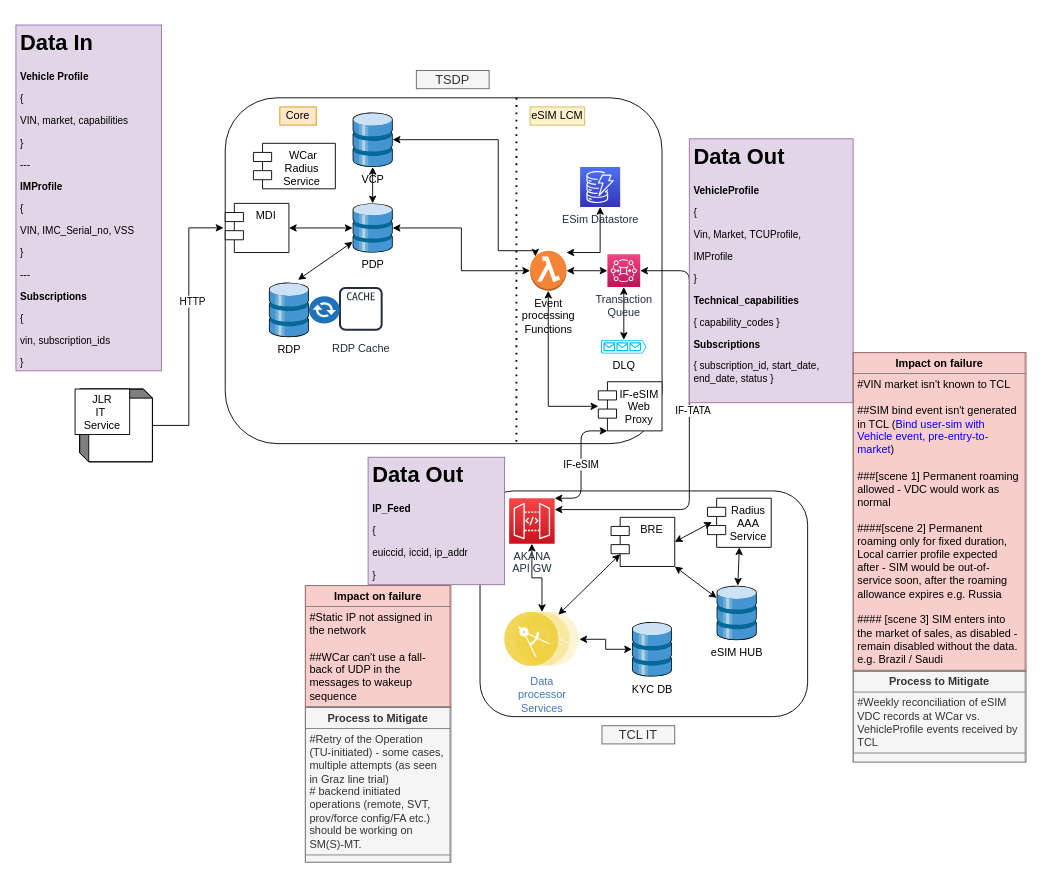
Above: page "EoL - ABS" (4 of 12) of src/main/resources/VDC_eSIM_dataflow_WC_TCL.drawio in subhachat/CodeKata (draw.io), before the change. Source tidied: cells renumbered, new cells numbered last; positions are measured from the earlier drawing's top-left corner, leaving out a move shared by most shapes. Both pictures are drawn from the tidied source at 91%, with x=0, y=0 at pixel (15, 25).
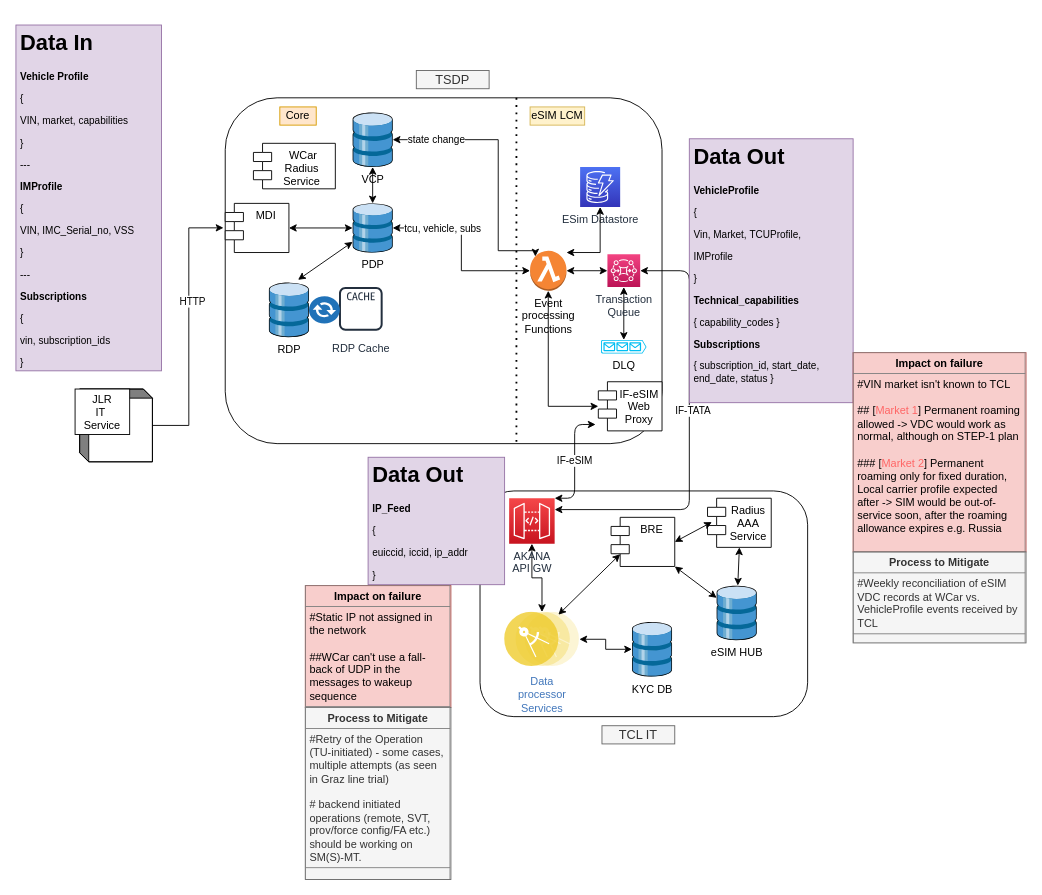
Above is the later version.

Unchanged cells that the change refers to:
```xml
<mxCell id="15" style="edgeStyle=orthogonalEdgeStyle;rounded=0;jettySize=auto;html=1;entryX=0;entryY=0.5;entryDx=0;entryDy=0;entryPerimeter=0;startArrow=classic;startFill=1;" parent="1" edge="1" source="16" target="28">
  <mxGeometry relative="1" as="geometry" />
</mxCell>
<mxCell id="18" style="edgeStyle=orthogonalEdgeStyle;rounded=0;jettySize=auto;html=1;entryX=0.145;entryY=0.145;entryDx=0;entryDy=0;entryPerimeter=0;startArrow=classic;startFill=1;" parent="1" edge="1" source="19" target="28">
  <mxGeometry relative="1" as="geometry">
    <Array as="points">
      <mxPoint x="530" y="126" />
      <mxPoint x="530" y="248" />
      <mxPoint x="571" y="248" />
    </Array>
  </mxGeometry>
</mxCell>
<mxCell id="25" value="IF-eSIM &#10;Web &#10;Proxy" style="shape=module;align=left;spacingLeft=20;align=center;verticalAlign=top;" parent="1" vertex="1">
  <mxGeometry x="640" y="392" width="70" height="54" as="geometry" />
</mxCell>
<mxCell id="31" value="AKANA &lt;br&gt;API GW" style="points=[[0,0,0],[0.25,0,0],[0.5,0,0],[0.75,0,0],[1,0,0],[0,1,0],[0.25,1,0],[0.5,1,0],[0.75,1,0],[1,1,0],[0,0.25,0],[0,0.5,0],[0,0.75,0],[1,0.25,0],[1,0.5,0],[1,0.75,0]];outlineConnect=0;fontColor=#232F3E;gradientColor=#F54749;gradientDirection=north;fillColor=#C7131F;strokeColor=#ffffff;dashed=0;verticalLabelPosition=bottom;verticalAlign=top;align=center;html=1;fontSize=12;fontStyle=0;shape=mxgraph.aws4.resourceIcon;resIcon=mxgraph.aws4.api_gateway;" parent="1" vertex="1">
  <mxGeometry x="542" y="520" width="50" height="50" as="geometry" />
</mxCell>
```

The edit, as a diff of the source:
```diff
@@
+    <mxCell id="56" value="tcu, vehicle, subs" style="edgeLabel;html=1;align=center;verticalAlign=middle;" parent="15" vertex="1">
+      <mxGeometry x="-0.47" y="-1" relative="1" as="geometry">
+        <mxPoint x="2.7" y="-1" as="offset" />
+      </mxGeometry>
+    </mxCell>
@@
+    <mxCell id="57" value="state change" style="edgeLabel;html=1;align=center;verticalAlign=middle;" parent="18" vertex="1">
+      <mxGeometry x="-0.39" y="2" relative="1" as="geometry">
+        <mxPoint x="-40" y="1.9" as="offset" />
+      </mxGeometry>
+    </mxCell>
@@
-    <mxCell id="46" value="IF-eSIM" style="edgeStyle=elbowEdgeStyle;elbow=horizontal;endArrow=classic;html=1;entryX=0;entryY=1;entryDx=10;entryDy=0;entryPerimeter=0;exitX=1;exitY=0;exitDx=0;exitDy=0;exitPerimeter=0;startArrow=classic;startFill=1;" parent="1" edge="1" source="31" target="25">
+    <mxCell id="46" value="IF-eSIM" style="edgeStyle=elbowEdgeStyle;elbow=horizontal;endArrow=classic;html=1;entryX=-0.043;entryY=0.87;entryDx=0;entryDy=0;entryPerimeter=0;exitX=1;exitY=0;exitDx=0;exitDy=0;exitPerimeter=0;startArrow=classic;startFill=1;" parent="1" edge="1" source="31" target="25">
       <mxGeometry relative="1" as="geometry" />
     </mxCell>
@@
-    <mxCell id="52" value="&lt;table border=&quot;1&quot; width=&quot;100%&quot; cellpadding=&quot;4&quot; style=&quot;width: 100% ; height: 100% ; border-collapse: collapse&quot;&gt;&lt;tbody&gt;&lt;tr&gt;&lt;th align=&quot;center&quot;&gt;&lt;b&gt;Impact on failure&lt;/b&gt;&lt;/th&gt;&lt;/tr&gt;&lt;tr&gt;&lt;td&gt;#VIN market isn't known to TCL&lt;br&gt;&lt;br&gt;##SIM bind event isn't generated in TCL (&lt;font color=&quot;#0000ff&quot;&gt;Bind user-sim with Vehicle event, pre-entry-to-market&lt;/font&gt;)&lt;br&gt;&lt;br&gt;###[scene 1] Permanent roaming allowed - VDC would work as normal&lt;br&gt;&lt;br&gt;####[scene 2] Permanent roaming only for fixed duration, Local carrier profile expected after - SIM would be out-of-service soon, after the roaming allowance expires e.g. Russia&lt;br&gt;&lt;br&gt;#### [scene 3] SIM enters into the market of sales, as disabled - remain disabled without the data. e.g. Brazil / Saudi&lt;/td&gt;&lt;/tr&gt;&lt;tr&gt;&lt;td&gt;&lt;br&gt;&lt;/td&gt;&lt;/tr&gt;&lt;/tbody&gt;&lt;/table&gt;" style="text;html=1;strokeColor=#b85450;fillColor=#f8cecc;overflow=fill;whiteSpace=wrap;" parent="1" vertex="1">
-      <mxGeometry x="920" y="360" width="190" height="350" as="geometry" />
+    <mxCell id="52" value="&lt;table border=&quot;1&quot; width=&quot;100%&quot; cellpadding=&quot;4&quot; style=&quot;width: 100% ; height: 100% ; border-collapse: collapse&quot;&gt;&lt;tbody&gt;&lt;tr&gt;&lt;th align=&quot;center&quot;&gt;&lt;b&gt;Impact on failure&lt;/b&gt;&lt;/th&gt;&lt;/tr&gt;&lt;tr&gt;&lt;td&gt;#VIN market isn't known to TCL&lt;br&gt;&lt;br&gt;## [&lt;font color=&quot;#ff6666&quot;&gt;Market 1&lt;/font&gt;] Permanent roaming allowed -&amp;gt; VDC would work as normal, although on STEP-1 plan&lt;br&gt;&lt;br&gt;### [&lt;font color=&quot;#ff6666&quot;&gt;Market 2&lt;/font&gt;] Permanent roaming only for fixed duration, Local carrier profile expected after -&amp;gt; SIM would be out-of-service soon, after the roaming allowance expires e.g. Russia&lt;br&gt;&lt;br&gt;&lt;/td&gt;&lt;/tr&gt;&lt;tr&gt;&lt;td&gt;&lt;br&gt;&lt;/td&gt;&lt;/tr&gt;&lt;/tbody&gt;&lt;/table&gt;" style="text;html=1;strokeColor=#b85450;fillColor=#f8cecc;overflow=fill;whiteSpace=wrap;" parent="1" vertex="1">
+      <mxGeometry x="920" y="360" width="190" height="219" as="geometry" />
     </mxCell>
@@
     <mxCell id="54" value="&lt;table border=&quot;1&quot; width=&quot;100%&quot; cellpadding=&quot;4&quot; style=&quot;width: 100% ; height: 100% ; border-collapse: collapse&quot;&gt;&lt;tbody&gt;&lt;tr&gt;&lt;th align=&quot;center&quot;&gt;Process to Mitigate&lt;/th&gt;&lt;/tr&gt;&lt;tr&gt;&lt;td&gt;#Weekly reconciliation of eSIM VDC records at WCar vs. VehicleProfile events received by TCL&lt;br&gt;&lt;/td&gt;&lt;/tr&gt;&lt;tr&gt;&lt;td&gt;&lt;br&gt;&lt;/td&gt;&lt;/tr&gt;&lt;/tbody&gt;&lt;/table&gt;" style="text;html=1;strokeColor=#666666;fillColor=#f5f5f5;overflow=fill;whiteSpace=wrap;fontColor=#333333;" parent="1" vertex="1">
-      <mxGeometry x="920" y="710" width="190" height="100" as="geometry" />
+      <mxGeometry x="920" y="579" width="190" height="100" as="geometry" />
     </mxCell>
-    <mxCell id="55" value="&lt;table border=&quot;1&quot; width=&quot;100%&quot; cellpadding=&quot;4&quot; style=&quot;width: 100% ; height: 100% ; border-collapse: collapse&quot;&gt;&lt;tbody&gt;&lt;tr&gt;&lt;th align=&quot;center&quot;&gt;Process to Mitigate&lt;/th&gt;&lt;/tr&gt;&lt;tr&gt;&lt;td&gt;#Retry of the Operation (TU-initiated) - some cases, multiple attempts (as seen in Graz line trial)&lt;br&gt;# backend initiated operations (remote, SVT, prov/force config/FA etc.) should be working on SM(S)-MT.&lt;/td&gt;&lt;/tr&gt;&lt;tr&gt;&lt;td&gt;&lt;br&gt;&lt;/td&gt;&lt;/tr&gt;&lt;/tbody&gt;&lt;/table&gt;" style="text;html=1;strokeColor=#666666;fillColor=#f5f5f5;overflow=fill;whiteSpace=wrap;fontColor=#333333;" parent="1" vertex="1">
-      <mxGeometry x="318" y="750" width="160" height="170" as="geometry" />
+    <mxCell id="55" value="&lt;table border=&quot;1&quot; width=&quot;100%&quot; cellpadding=&quot;4&quot; style=&quot;width: 100% ; height: 100% ; border-collapse: collapse&quot;&gt;&lt;tbody&gt;&lt;tr&gt;&lt;th align=&quot;center&quot;&gt;Process to Mitigate&lt;/th&gt;&lt;/tr&gt;&lt;tr&gt;&lt;td&gt;#Retry of the Operation (TU-initiated) - some cases, multiple attempts (as seen in Graz line trial)&lt;br&gt;&lt;br&gt;# backend initiated operations (remote, SVT, prov/force config/FA etc.) should be working on SM(S)-MT.&lt;/td&gt;&lt;/tr&gt;&lt;tr&gt;&lt;td&gt;&lt;br&gt;&lt;/td&gt;&lt;/tr&gt;&lt;/tbody&gt;&lt;/table&gt;" style="text;html=1;strokeColor=#666666;fillColor=#f5f5f5;overflow=fill;whiteSpace=wrap;fontColor=#333333;" parent="1" vertex="1">
+      <mxGeometry x="318" y="750" width="160" height="189" as="geometry" />
     </mxCell>
```
